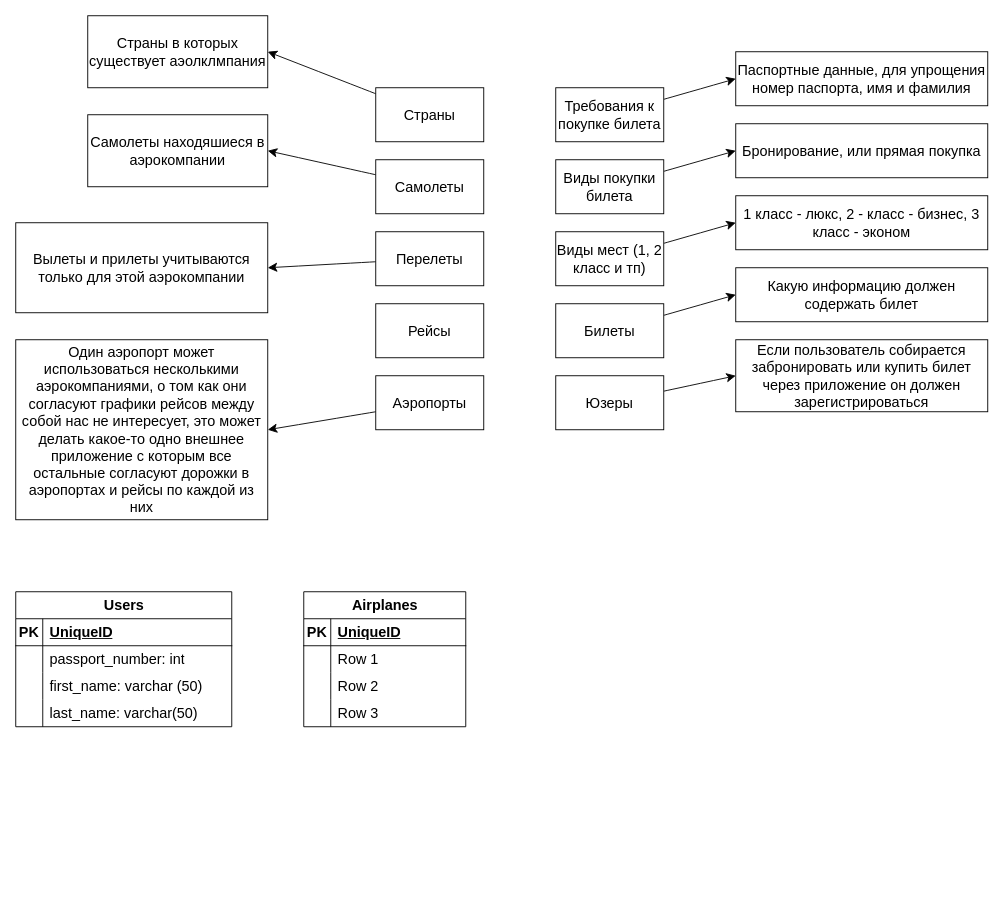
Above: Aэрокомпания.drawio in KmvRoman/Diagrams (draw.io), before the change. Source tidied: cells renumbered, new cells numbered last; positions are measured from the earlier drawing's top-left corner, leaving out a move shared by most shapes. Both pictures are drawn from the tidied source at 90%, with x=0, y=0 at pixel (15, 15).
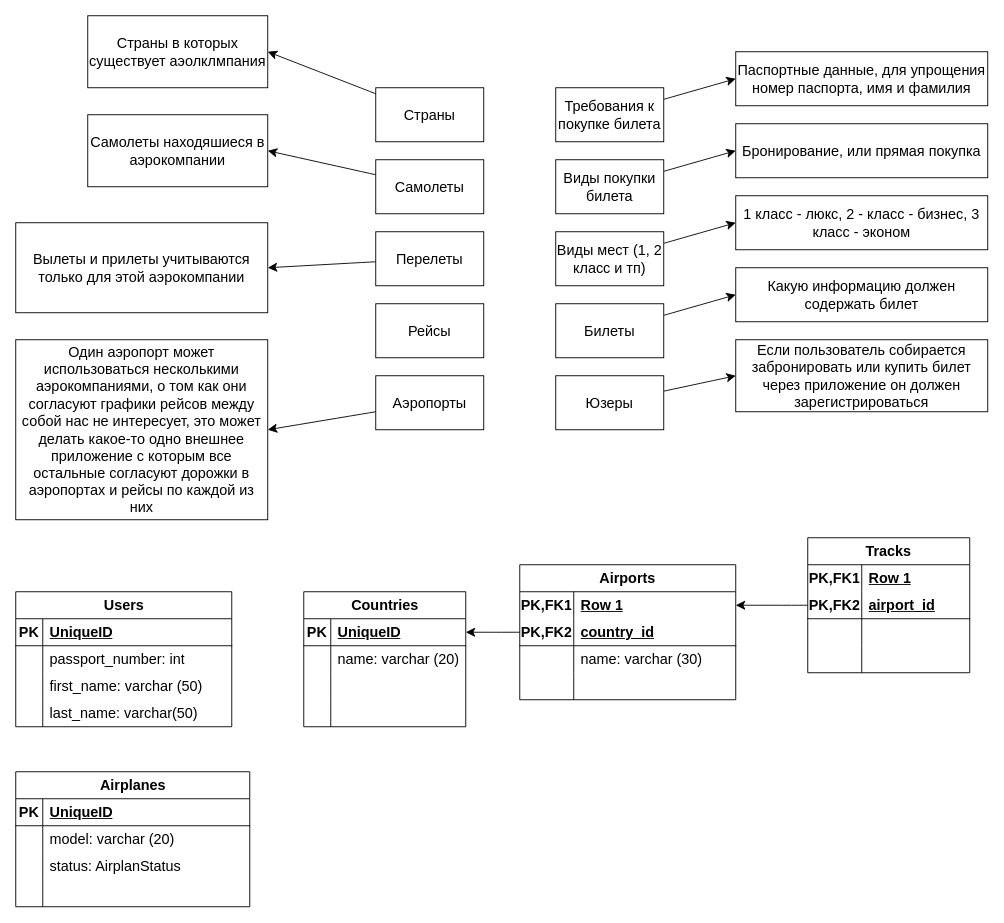
The same page after the edit.

Diff of the diagram source:
```diff
@@
     <mxCell id="42" value="Airplanes" style="shape=table;startSize=30;childLayout=tableLayout;rowLines=0;fontStyle=1;align=center;html=1;fontSize=16;" parent="1" vertex="1">
-      <mxGeometry x="320" y="640" width="180" height="150" as="geometry" />
+      <mxGeometry y="840" width="260" height="150" as="geometry" />
     </mxCell>
     <mxCell id="43" style="shape=tableRow;horizontal=0;startSize=0;swimlaneHead=0;swimlaneBody=0;fillColor=none;top=0;left=0;right=0;bottom=1;fontSize=16;" parent="42" vertex="1">
-      <mxGeometry y="30" width="180" height="30" as="geometry" />
+      <mxGeometry y="30" width="260" height="30" as="geometry" />
     </mxCell>
@@
     <mxCell id="45" value="UniqueID" style="shape=partialRectangle;fillColor=none;top=0;left=0;bottom=0;right=0;align=left;spacingLeft=6;fontStyle=5;overflow=hidden;whiteSpace=wrap;html=1;fontSize=16;" parent="43" vertex="1">
-      <mxGeometry x="30" width="150" height="30" as="geometry" />
+      <mxGeometry x="30" width="230" height="30" as="geometry" />
     </mxCell>
     <mxCell id="46" style="shape=tableRow;horizontal=0;startSize=0;swimlaneHead=0;swimlaneBody=0;fillColor=none;top=0;left=0;right=0;bottom=0;fontSize=16;" parent="42" vertex="1">
-      <mxGeometry y="60" width="180" height="30" as="geometry" />
+      <mxGeometry y="60" width="260" height="30" as="geometry" />
     </mxCell>
@@
-    <mxCell id="48" value="Row 1" style="shape=partialRectangle;fillColor=none;top=0;left=0;bottom=0;right=0;align=left;spacingLeft=6;overflow=hidden;whiteSpace=wrap;html=1;fontSize=16;" parent="46" vertex="1">
-      <mxGeometry x="30" width="150" height="30" as="geometry" />
+    <mxCell id="48" value="model: varchar (20)" style="shape=partialRectangle;fillColor=none;top=0;left=0;bottom=0;right=0;align=left;spacingLeft=6;overflow=hidden;whiteSpace=wrap;html=1;fontSize=16;" parent="46" vertex="1">
+      <mxGeometry x="30" width="230" height="30" as="geometry" />
     </mxCell>
     <mxCell id="49" style="shape=tableRow;horizontal=0;startSize=0;swimlaneHead=0;swimlaneBody=0;fillColor=none;top=0;left=0;right=0;bottom=0;fontSize=16;" parent="42" vertex="1">
-      <mxGeometry y="90" width="180" height="30" as="geometry" />
+      <mxGeometry y="90" width="260" height="30" as="geometry" />
     </mxCell>
@@
-    <mxCell id="51" value="Row 2" style="shape=partialRectangle;fillColor=none;top=0;left=0;bottom=0;right=0;align=left;spacingLeft=6;overflow=hidden;whiteSpace=wrap;html=1;fontSize=16;" parent="49" vertex="1">
-      <mxGeometry x="30" width="150" height="30" as="geometry" />
+    <mxCell id="51" value="status: AirplanStatus" style="shape=partialRectangle;fillColor=none;top=0;left=0;bottom=0;right=0;align=left;spacingLeft=6;overflow=hidden;whiteSpace=wrap;html=1;fontSize=16;" parent="49" vertex="1">
+      <mxGeometry x="30" width="230" height="30" as="geometry" />
     </mxCell>
     <mxCell id="52" style="shape=tableRow;horizontal=0;startSize=0;swimlaneHead=0;swimlaneBody=0;fillColor=none;top=0;left=0;right=0;bottom=0;fontSize=16;" parent="42" vertex="1">
-      <mxGeometry y="120" width="180" height="30" as="geometry" />
+      <mxGeometry y="120" width="260" height="30" as="geometry" />
     </mxCell>
@@
-    <mxCell id="54" value="Row 3" style="shape=partialRectangle;fillColor=none;top=0;left=0;bottom=0;right=0;align=left;spacingLeft=6;overflow=hidden;whiteSpace=wrap;html=1;fontSize=16;" parent="52" vertex="1">
-      <mxGeometry x="30" width="150" height="30" as="geometry" />
+    <mxCell id="54" style="shape=partialRectangle;fillColor=none;top=0;left=0;bottom=0;right=0;align=left;spacingLeft=6;overflow=hidden;whiteSpace=wrap;html=1;fontSize=16;" parent="52" vertex="1">
+      <mxGeometry x="30" width="230" height="30" as="geometry" />
     </mxCell>
@@
+    <mxCell id="56" value="Countries" style="shape=table;startSize=30;childLayout=tableLayout;rowLines=0;fontStyle=1;align=center;html=1;fontSize=16;" parent="1" vertex="1">
+      <mxGeometry x="320" y="640" width="180" height="150" as="geometry" />
+    </mxCell>
+    <mxCell id="57" style="shape=tableRow;horizontal=0;startSize=0;swimlaneHead=0;swimlaneBody=0;fillColor=none;points=[[0,0.5],[1,0.5]];portConstraint=eastwest;top=0;left=0;right=0;bottom=1;fontSize=16;" parent="56" vertex="1">
+      <mxGeometry y="30" width="180" height="30" as="geometry" />
+    </mxCell>
+    <mxCell id="58" value="PK" style="shape=partialRectangle;fillColor=none;top=0;left=0;bottom=0;right=0;fontStyle=1;overflow=hidden;whiteSpace=wrap;html=1;fontSize=16;" parent="57" vertex="1">
+      <mxGeometry width="30" height="30" as="geometry" />
+    </mxCell>
+    <mxCell id="59" value="UniqueID" style="shape=partialRectangle;fillColor=none;top=0;left=0;bottom=0;right=0;align=left;spacingLeft=6;fontStyle=5;overflow=hidden;whiteSpace=wrap;html=1;fontSize=16;" parent="57" vertex="1">
+      <mxGeometry x="30" width="150" height="30" as="geometry" />
+    </mxCell>
+    <mxCell id="60" style="shape=tableRow;horizontal=0;startSize=0;swimlaneHead=0;swimlaneBody=0;fillColor=none;top=0;left=0;right=0;bottom=0;fontSize=16;" parent="56" vertex="1">
+      <mxGeometry y="60" width="180" height="30" as="geometry" />
+    </mxCell>
+    <mxCell id="61" style="shape=partialRectangle;fillColor=none;top=0;left=0;bottom=0;right=0;overflow=hidden;whiteSpace=wrap;html=1;fontSize=16;" parent="60" vertex="1">
+      <mxGeometry width="30" height="30" as="geometry" />
+    </mxCell>
+    <mxCell id="62" value="name: varchar (20)" style="shape=partialRectangle;fillColor=none;top=0;left=0;bottom=0;right=0;align=left;spacingLeft=6;overflow=hidden;whiteSpace=wrap;html=1;fontSize=16;" parent="60" vertex="1">
+      <mxGeometry x="30" width="150" height="30" as="geometry" />
+    </mxCell>
+    <mxCell id="63" style="shape=tableRow;horizontal=0;startSize=0;swimlaneHead=0;swimlaneBody=0;fillColor=none;top=0;left=0;right=0;bottom=0;fontSize=16;" parent="56" vertex="1">
+      <mxGeometry y="90" width="180" height="30" as="geometry" />
+    </mxCell>
+    <mxCell id="64" style="shape=partialRectangle;fillColor=none;top=0;left=0;bottom=0;right=0;overflow=hidden;whiteSpace=wrap;html=1;fontSize=16;" parent="63" vertex="1">
+      <mxGeometry width="30" height="30" as="geometry" />
+    </mxCell>
+    <mxCell id="65" style="shape=partialRectangle;fillColor=none;top=0;left=0;bottom=0;right=0;align=left;spacingLeft=6;overflow=hidden;whiteSpace=wrap;html=1;fontSize=16;" parent="63" vertex="1">
+      <mxGeometry x="30" width="150" height="30" as="geometry" />
+    </mxCell>
+    <mxCell id="66" style="shape=tableRow;horizontal=0;startSize=0;swimlaneHead=0;swimlaneBody=0;fillColor=none;top=0;left=0;right=0;bottom=0;fontSize=16;" parent="56" vertex="1">
+      <mxGeometry y="120" width="180" height="30" as="geometry" />
+    </mxCell>
+    <mxCell id="67" style="shape=partialRectangle;fillColor=none;top=0;left=0;bottom=0;right=0;overflow=hidden;whiteSpace=wrap;html=1;fontSize=16;" parent="66" vertex="1">
+      <mxGeometry width="30" height="30" as="geometry" />
+    </mxCell>
+    <mxCell id="68" style="shape=partialRectangle;fillColor=none;top=0;left=0;bottom=0;right=0;align=left;spacingLeft=6;overflow=hidden;whiteSpace=wrap;html=1;fontSize=16;" parent="66" vertex="1">
+      <mxGeometry x="30" width="150" height="30" as="geometry" />
+    </mxCell>
+    <mxCell id="69" style="edgeStyle=none;curved=1;rounded=0;jettySize=auto;html=1;entryX=1;entryY=0.5;entryDx=0;entryDy=0;fontSize=12;startSize=8;endSize=8;" parent="1" edge="1" source="70" target="57">
+      <mxGeometry relative="1" as="geometry" />
+    </mxCell>
+    <mxCell id="70" value="Airports" style="shape=table;startSize=30;childLayout=tableLayout;rowLines=0;fontStyle=1;align=center;html=1;whiteSpace=wrap;fontSize=16;" parent="1" vertex="1">
+      <mxGeometry x="560" y="610" width="240" height="150" as="geometry" />
+    </mxCell>
+    <mxCell id="71" style="shape=tableRow;horizontal=0;startSize=0;swimlaneHead=0;swimlaneBody=0;fillColor=none;points=[[0,0.5],[1,0.5]];portConstraint=eastwest;top=0;left=0;right=0;bottom=0;html=1;fontSize=16;" parent="70" vertex="1">
+      <mxGeometry y="30" width="240" height="30" as="geometry" />
+    </mxCell>
+    <mxCell id="72" value="PK,FK1" style="shape=partialRectangle;fillColor=none;top=0;left=0;bottom=0;right=0;fontStyle=1;overflow=hidden;html=1;whiteSpace=wrap;fontSize=16;" parent="71" vertex="1">
+      <mxGeometry width="60" height="30" as="geometry" />
+    </mxCell>
+    <mxCell id="73" value="Row 1" style="shape=partialRectangle;fillColor=none;top=0;left=0;bottom=0;right=0;align=left;spacingLeft=6;fontStyle=5;overflow=hidden;html=1;whiteSpace=wrap;fontSize=16;" parent="71" vertex="1">
+      <mxGeometry x="60" width="180" height="30" as="geometry" />
+    </mxCell>
+    <mxCell id="74" style="shape=tableRow;horizontal=0;startSize=0;swimlaneHead=0;swimlaneBody=0;fillColor=none;top=0;left=0;right=0;bottom=1;html=1;fontSize=16;" parent="70" vertex="1">
+      <mxGeometry y="60" width="240" height="30" as="geometry" />
+    </mxCell>
+    <mxCell id="75" value="PK,FK2" style="shape=partialRectangle;fillColor=none;top=0;left=0;bottom=0;right=0;fontStyle=1;overflow=hidden;html=1;whiteSpace=wrap;fontSize=16;" parent="74" vertex="1">
+      <mxGeometry width="60" height="30" as="geometry" />
+    </mxCell>
+    <mxCell id="76" value="country_id" style="shape=partialRectangle;fillColor=none;top=0;left=0;bottom=0;right=0;align=left;spacingLeft=6;fontStyle=5;overflow=hidden;html=1;whiteSpace=wrap;fontSize=16;" parent="74" vertex="1">
+      <mxGeometry x="60" width="180" height="30" as="geometry" />
+    </mxCell>
+    <mxCell id="77" style="shape=tableRow;horizontal=0;startSize=0;swimlaneHead=0;swimlaneBody=0;fillColor=none;top=0;left=0;right=0;bottom=0;html=1;fontSize=16;" parent="70" vertex="1">
+      <mxGeometry y="90" width="240" height="30" as="geometry" />
+    </mxCell>
+    <mxCell id="78" style="shape=partialRectangle;fillColor=none;top=0;left=0;bottom=0;right=0;overflow=hidden;html=1;whiteSpace=wrap;fontSize=16;" parent="77" vertex="1">
+      <mxGeometry width="60" height="30" as="geometry" />
+    </mxCell>
+    <mxCell id="79" value="name: varchar (30)" style="shape=partialRectangle;fillColor=none;top=0;left=0;bottom=0;right=0;align=left;spacingLeft=6;overflow=hidden;html=1;whiteSpace=wrap;fontSize=16;" parent="77" vertex="1">
+      <mxGeometry x="60" width="180" height="30" as="geometry" />
+    </mxCell>
+    <mxCell id="80" style="shape=tableRow;horizontal=0;startSize=0;swimlaneHead=0;swimlaneBody=0;fillColor=none;top=0;left=0;right=0;bottom=0;html=1;fontSize=16;" parent="70" vertex="1">
+      <mxGeometry y="120" width="240" height="30" as="geometry" />
+    </mxCell>
+    <mxCell id="81" style="shape=partialRectangle;fillColor=none;top=0;left=0;bottom=0;right=0;overflow=hidden;html=1;whiteSpace=wrap;fontSize=16;" parent="80" vertex="1">
+      <mxGeometry width="60" height="30" as="geometry" />
+    </mxCell>
+    <mxCell id="82" style="shape=partialRectangle;fillColor=none;top=0;left=0;bottom=0;right=0;align=left;spacingLeft=6;overflow=hidden;html=1;whiteSpace=wrap;fontSize=16;" parent="80" vertex="1">
+      <mxGeometry x="60" width="180" height="30" as="geometry" />
+    </mxCell>
+    <mxCell id="83" style="edgeStyle=none;curved=1;rounded=0;jettySize=auto;html=1;entryX=1;entryY=0.5;entryDx=0;entryDy=0;fontSize=12;startSize=8;endSize=8;" parent="1" edge="1" source="84" target="71">
+      <mxGeometry relative="1" as="geometry" />
+    </mxCell>
+    <mxCell id="84" value="Tracks" style="shape=table;startSize=30;childLayout=tableLayout;rowLines=0;fontStyle=1;align=center;html=1;whiteSpace=wrap;fontSize=16;" parent="1" vertex="1">
+      <mxGeometry x="880" y="580" width="180" height="150" as="geometry" />
+    </mxCell>
+    <mxCell id="85" style="shape=tableRow;horizontal=0;startSize=0;swimlaneHead=0;swimlaneBody=0;fillColor=none;top=0;left=0;right=0;bottom=0;html=1;fontSize=16;" parent="84" vertex="1">
+      <mxGeometry y="30" width="180" height="30" as="geometry" />
+    </mxCell>
+    <mxCell id="86" value="PK,FK1" style="shape=partialRectangle;fillColor=none;top=0;left=0;bottom=0;right=0;fontStyle=1;overflow=hidden;html=1;whiteSpace=wrap;fontSize=16;" parent="85" vertex="1">
+      <mxGeometry width="60" height="30" as="geometry" />
+    </mxCell>
+    <mxCell id="87" value="Row 1" style="shape=partialRectangle;fillColor=none;top=0;left=0;bottom=0;right=0;align=left;spacingLeft=6;fontStyle=5;overflow=hidden;html=1;whiteSpace=wrap;fontSize=16;" parent="85" vertex="1">
+      <mxGeometry x="60" width="120" height="30" as="geometry" />
+    </mxCell>
+    <mxCell id="88" style="shape=tableRow;horizontal=0;startSize=0;swimlaneHead=0;swimlaneBody=0;fillColor=none;top=0;left=0;right=0;bottom=1;html=1;fontSize=16;" parent="84" vertex="1">
+      <mxGeometry y="60" width="180" height="30" as="geometry" />
+    </mxCell>
+    <mxCell id="89" value="PK,FK2" style="shape=partialRectangle;fillColor=none;top=0;left=0;bottom=0;right=0;fontStyle=1;overflow=hidden;html=1;whiteSpace=wrap;fontSize=16;" parent="88" vertex="1">
+      <mxGeometry width="60" height="30" as="geometry" />
+    </mxCell>
+    <mxCell id="90" value="airport_id" style="shape=partialRectangle;fillColor=none;top=0;left=0;bottom=0;right=0;align=left;spacingLeft=6;fontStyle=5;overflow=hidden;html=1;whiteSpace=wrap;fontSize=16;" parent="88" vertex="1">
+      <mxGeometry x="60" width="120" height="30" as="geometry" />
+    </mxCell>
+    <mxCell id="91" style="shape=tableRow;horizontal=0;startSize=0;swimlaneHead=0;swimlaneBody=0;fillColor=none;top=0;left=0;right=0;bottom=0;html=1;fontSize=16;" parent="84" vertex="1">
+      <mxGeometry y="90" width="180" height="30" as="geometry" />
+    </mxCell>
+    <mxCell id="92" style="shape=partialRectangle;fillColor=none;top=0;left=0;bottom=0;right=0;overflow=hidden;html=1;whiteSpace=wrap;fontSize=16;" parent="91" vertex="1">
+      <mxGeometry width="60" height="30" as="geometry" />
+    </mxCell>
+    <mxCell id="93" style="shape=partialRectangle;fillColor=none;top=0;left=0;bottom=0;right=0;align=left;spacingLeft=6;overflow=hidden;html=1;whiteSpace=wrap;fontSize=16;" parent="91" vertex="1">
+      <mxGeometry x="60" width="120" height="30" as="geometry" />
+    </mxCell>
+    <mxCell id="94" style="shape=tableRow;horizontal=0;startSize=0;swimlaneHead=0;swimlaneBody=0;fillColor=none;top=0;left=0;right=0;bottom=0;html=1;fontSize=16;" parent="84" vertex="1">
+      <mxGeometry y="120" width="180" height="30" as="geometry" />
+    </mxCell>
+    <mxCell id="95" style="shape=partialRectangle;fillColor=none;top=0;left=0;bottom=0;right=0;overflow=hidden;html=1;whiteSpace=wrap;fontSize=16;" parent="94" vertex="1">
+      <mxGeometry width="60" height="30" as="geometry" />
+    </mxCell>
+    <mxCell id="96" style="shape=partialRectangle;fillColor=none;top=0;left=0;bottom=0;right=0;align=left;spacingLeft=6;overflow=hidden;html=1;whiteSpace=wrap;fontSize=16;" parent="94" vertex="1">
+      <mxGeometry x="60" width="120" height="30" as="geometry" />
+    </mxCell>
```
